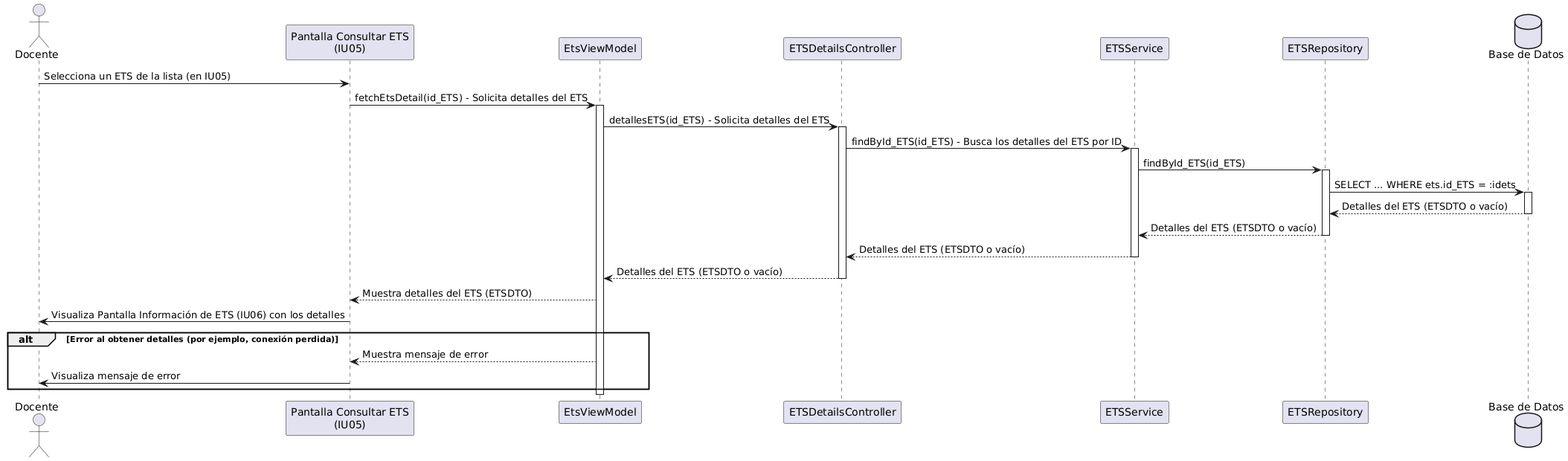
This is Secuencia/CU-06.png from Jajr16/DocumentacionTT, a PlantUML export, as it was before one commit.
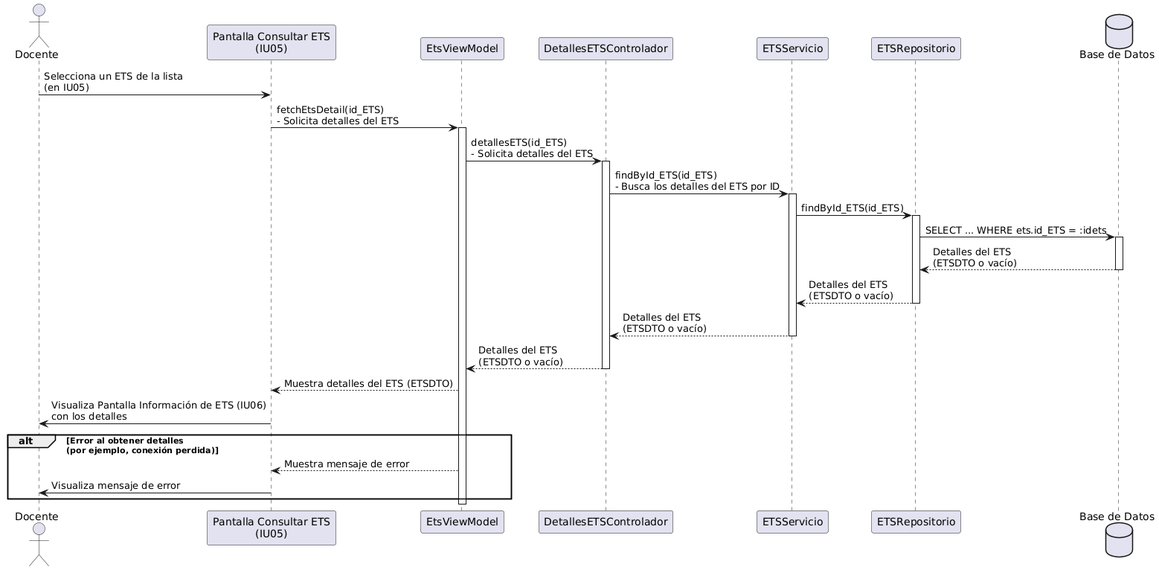
Above is the later version.

Diff of the diagram source:
```diff
@@ -2,36 +2,36 @@
 actor Docente
 participant "Pantalla Consultar ETS\n(IU05)" as AppMovil
 participant EtsViewModel
-participant ETSDetailsController
-participant ETSService
-participant ETSRepository
+participant DetallesETSControlador
+participant ETSServicio
+participant ETSRepositorio
 database "Base de Datos" as BD
 
-Docente -> AppMovil: Selecciona un ETS de la lista (en IU05)
-AppMovil -> EtsViewModel: fetchEtsDetail(id_ETS) - Solicita detalles del ETS
+Docente -> AppMovil: Selecciona un ETS de la lista\n(en IU05)
+AppMovil -> EtsViewModel: fetchEtsDetail(id_ETS)\n- Solicita detalles del ETS
 activate EtsViewModel
-EtsViewModel -> ETSDetailsController: detallesETS(id_ETS) - Solicita detalles del ETS
-activate ETSDetailsController
-ETSDetailsController -> ETSService: findById_ETS(id_ETS) - Busca los detalles del ETS por ID
-activate ETSService
-ETSService -> ETSRepository: findById_ETS(id_ETS)
-activate ETSRepository
-ETSRepository -> BD: SELECT ... WHERE ets.id_ETS = :idets
+EtsViewModel -> DetallesETSControlador: detallesETS(id_ETS)\n- Solicita detalles del ETS
+activate DetallesETSControlador
+DetallesETSControlador -> ETSServicio: findById_ETS(id_ETS)\n- Busca los detalles del ETS por ID
+activate ETSServicio
+ETSServicio -> ETSRepositorio: findById_ETS(id_ETS)
+activate ETSRepositorio
+ETSRepositorio -> BD: SELECT ... WHERE ets.id_ETS = :idets
 activate BD
-BD --> ETSRepository: Detalles del ETS (ETSDTO o vacío)
+BD --> ETSRepositorio: Detalles del ETS\n(ETSDTO o vacío)
 deactivate BD
-ETSRepository --> ETSService: Detalles del ETS (ETSDTO o vacío)
-deactivate ETSRepository
-ETSService --> ETSDetailsController: Detalles del ETS (ETSDTO o vacío)
-deactivate ETSService
-ETSDetailsController --> EtsViewModel: Detalles del ETS (ETSDTO o vacío)
-deactivate ETSDetailsController
+ETSRepositorio --> ETSServicio: Detalles del ETS\n(ETSDTO o vacío)
+deactivate ETSRepositorio
+ETSServicio --> DetallesETSControlador: Detalles del ETS\n(ETSDTO o vacío)
+deactivate ETSServicio
+DetallesETSControlador --> EtsViewModel: Detalles del ETS\n(ETSDTO o vacío)
+deactivate DetallesETSControlador
 EtsViewModel --> AppMovil: Muestra detalles del ETS (ETSDTO)
-AppMovil -> Docente: Visualiza Pantalla Información de ETS (IU06) con los detalles
+AppMovil -> Docente: Visualiza Pantalla Información de ETS (IU06)\ncon los detalles
 
-alt Error al obtener detalles (por ejemplo, conexión perdida)
-    EtsViewModel --> AppMovil: Muestra mensaje de error
-    AppMovil -> Docente: Visualiza mensaje de error
+alt Error al obtener detalles\n(por ejemplo, conexión perdida)
+	EtsViewModel --> AppMovil: Muestra mensaje de error
+	AppMovil -> Docente: Visualiza mensaje de error
 end
 
 deactivate EtsViewModel
```
